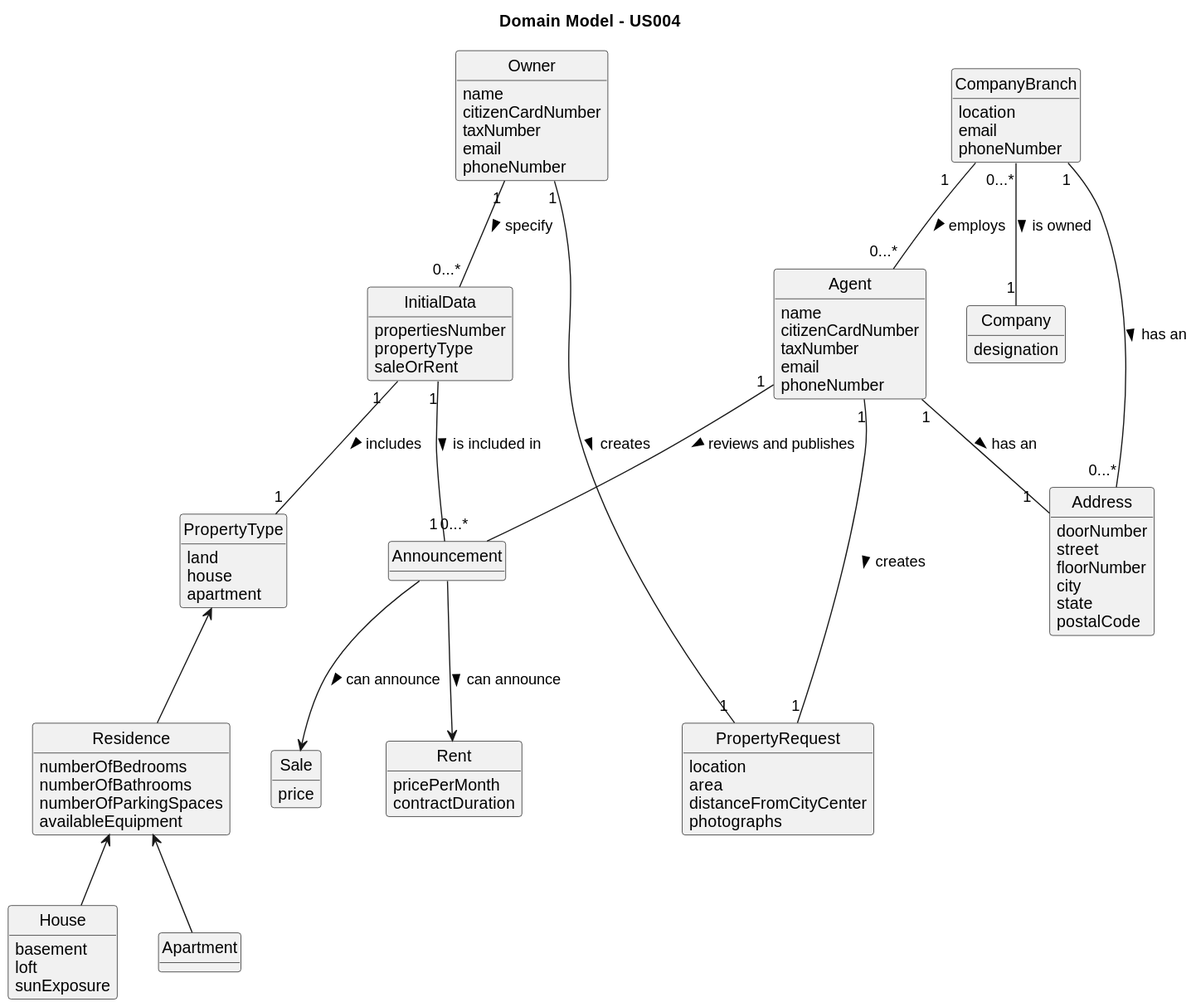
This is docs/sprintA/us004/02.analysis/svg/us004-domain-model.svg from 1220812/LAPR2, a PlantUML export, as it was before one commit.
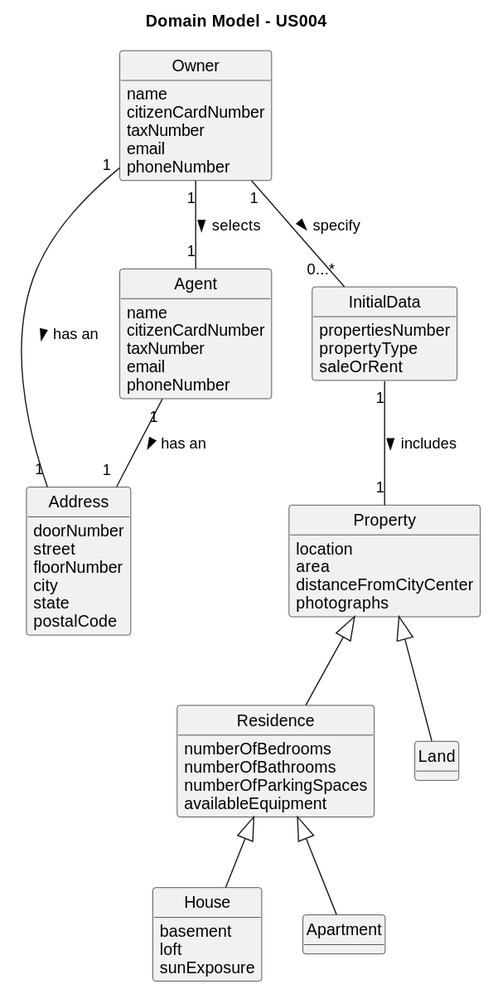
Above is the later version.

Commit message:
us004 - Domain Model fixed

Diff of the diagram source:
```diff
@@ -28,16 +28,6 @@
 postalCode
 }
 
-class CompanyBranch{
-location
-email
-phoneNumber
-}
-
-class Company{
-designation
-}
-
 class Agent{
 name
 citizenCardNumber
@@ -52,22 +42,7 @@
 saleOrRent
 }
 
-class PropertyType{
-land
-house
-apartment
-}
-
-class Rent{
-pricePerMonth
-contractDuration
-}
-
-class Sale{
-price
-}
-
-class PropertyRequest{
+class Property{
 location
 area
 distanceFromCityCenter
@@ -89,29 +64,21 @@
 
 class Apartment{
 }
-
-class Announcement{
+class Land{
 }
 
-CompanyBranch "0...*" -- "1" Company : is owned >
-CompanyBranch "1    " -- "0...*" Agent : employs >
-CompanyBranch "1 " -- "0...*" Address : has an >
 
-Agent "1" -- "                                  0...*" Announcement : reviews and publishes >
 Agent "1" -- "1  " Address : has an >
-Agent "1" --- "1" PropertyRequest : creates >
 
 Owner "1" -- "0...*" InitialData : specify >
-Owner "1" -- "1" PropertyRequest : creates >
+Owner "1" -- "1" Agent : selects >
+Owner "1" -- "1" Address : has an >
 
-InitialData "1  " -- "1" PropertyType : includes >
-InitialData "1" -- "      1" Announcement : is included in >
+InitialData "1" -- "1" Property : includes >
 
-PropertyType <-- Residence
+Property <|--  Residence
+Property <|-- Land
 
-Residence <-- House
-Residence <-- Apartment
-
-Announcement --> Sale : can announce >
-Announcement --> Rent : can announce >
+Residence <|-- House
+Residence <|-- Apartment
 @enduml
```
